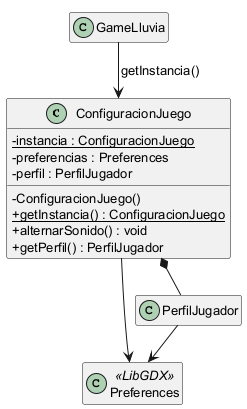
The PlantUML diagram informe/images/02-singleton.png in maverick1006/Proyecto-Game-LLuvia-, before a commit. The source it was exported from:
```plantuml
@startuml
!pragma layout smetana
skinparam backgroundColor white
skinparam shadowing false
skinparam classAttributeIconSize 0
skinparam defaultFontName SansSerif
skinparam defaultFontSize 13
hide empty members
class ConfiguracionJuego {
 - {static} instancia : ConfiguracionJuego
 - preferencias : Preferences
 - perfil : PerfilJugador
 - ConfiguracionJuego()
 + {static} getInstancia() : ConfiguracionJuego
 + alternarSonido() : void
 + getPerfil() : PerfilJugador
}
class GameLluvia
class Preferences <<LibGDX>>
class PerfilJugador
GameLluvia --> ConfiguracionJuego : getInstancia()
ConfiguracionJuego --> Preferences
ConfiguracionJuego *-- PerfilJugador
PerfilJugador --> Preferences
@enduml
```
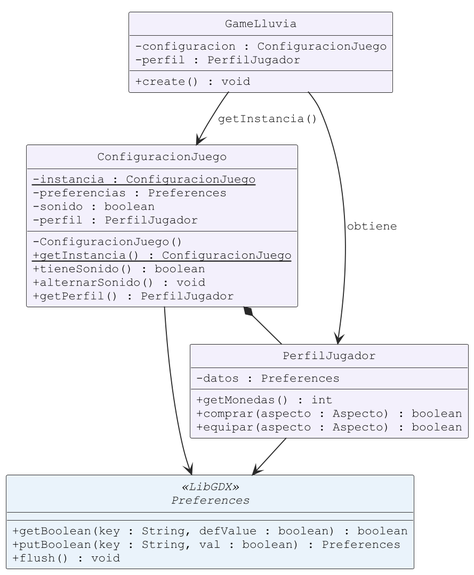
After the commit.

The edit, as a diff of the source:
```diff
@@ -3,23 +3,48 @@
 skinparam backgroundColor white
 skinparam shadowing false
 skinparam classAttributeIconSize 0
-skinparam defaultFontName SansSerif
-skinparam defaultFontSize 13
-hide empty members
+skinparam defaultFontName Courier New
+skinparam defaultFontSize 12
+skinparam dpi 180
+skinparam roundcorner 3
+skinparam ArrowColor #292929
+skinparam classBorderColor #292929
+skinparam classBackgroundColor #F3F0FC
+skinparam classBackgroundColor<<abstracta>> #FFFCEB
+skinparam classBackgroundColor<<interfaz>> #F0FAF0
+skinparam classBackgroundColor<<LibGDX>> #EAF3FB
+hide circle
 class ConfiguracionJuego {
  - {static} instancia : ConfiguracionJuego
  - preferencias : Preferences
+ - sonido : boolean
  - perfil : PerfilJugador
  - ConfiguracionJuego()
  + {static} getInstancia() : ConfiguracionJuego
+ + tieneSonido() : boolean
  + alternarSonido() : void
  + getPerfil() : PerfilJugador
 }
-class GameLluvia
-class Preferences <<LibGDX>>
-class PerfilJugador
+class PerfilJugador {
+ - datos : Preferences
+ + getMonedas() : int
+ + comprar(aspecto : Aspecto) : boolean
+ + equipar(aspecto : Aspecto) : boolean
+}
+class GameLluvia {
+ - configuracion : ConfiguracionJuego
+ - perfil : PerfilJugador
+ + create() : void
+}
+interface Preferences <<LibGDX>> {
+ + getBoolean(key : String, defValue : boolean) : boolean
+ + putBoolean(key : String, val : boolean) : Preferences
+ + flush() : void
+}
 GameLluvia --> ConfiguracionJuego : getInstancia()
+GameLluvia --> PerfilJugador : obtiene
 ConfiguracionJuego --> Preferences
 ConfiguracionJuego *-- PerfilJugador
 PerfilJugador --> Preferences
+
 @enduml
```
